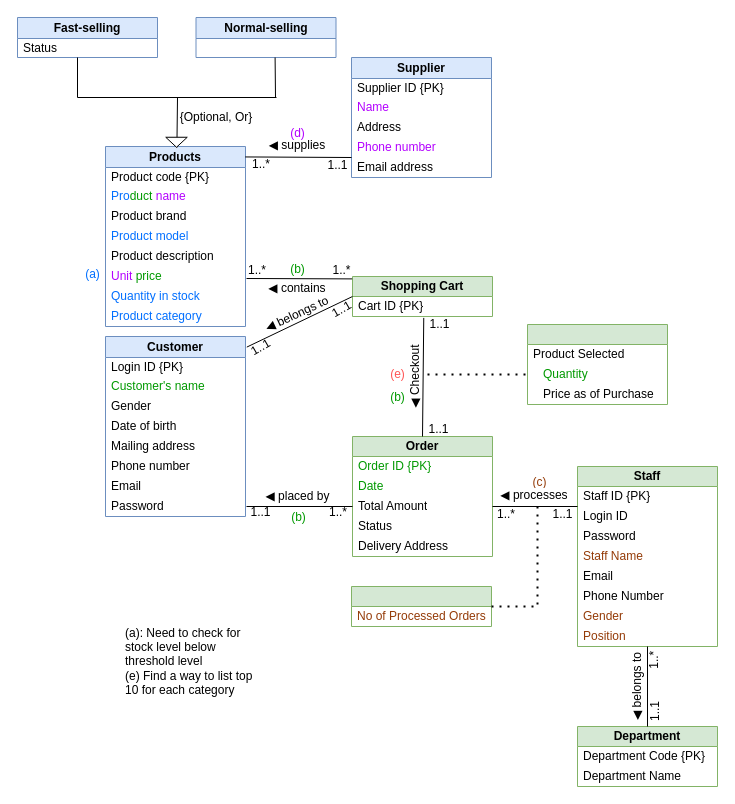
Above: Assignment_1.drawio in shadowngks/DBMS (draw.io), before the change. Source tidied: cells renumbered, new cells numbered last; positions are measured from the earlier drawing's top-left corner, leaving out a move shared by most shapes. Both pictures are drawn from the tidied source at 100%, with x=0, y=0 at pixel (17, 17).
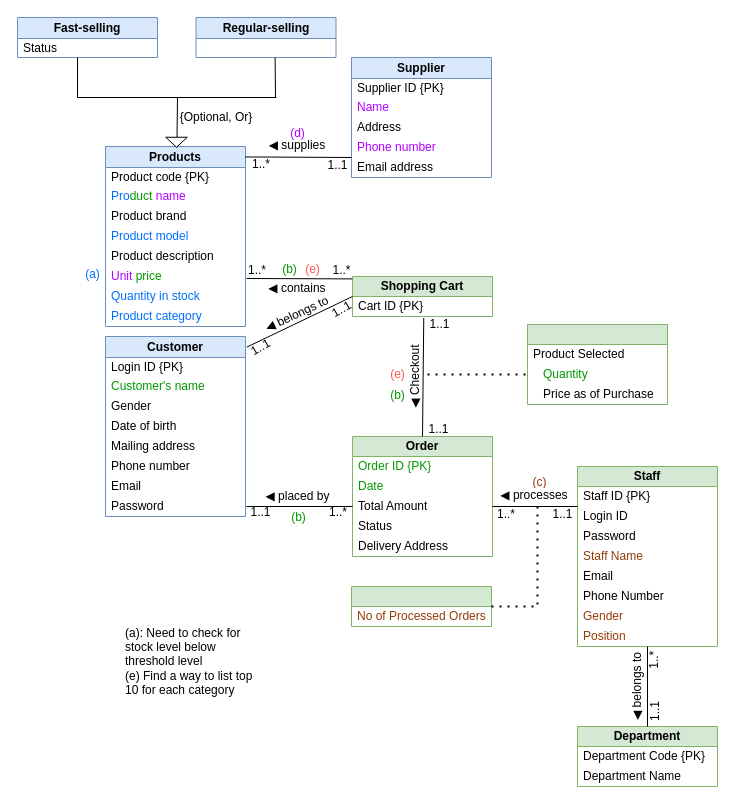
After the change.

Commit message:
More transactions added and attempted to fix

The edit, as a diff of the source:
```diff
@@
     <mxCell id="79" value="&lt;span style=&quot;font-family: sans-serif; font-size: 12.0191px; text-align: start; white-space: pre; background-color: rgb(255, 255, 255);&quot;&gt;&lt;font color=&quot;#009900&quot;&gt;(b)&lt;/font&gt;&lt;/span&gt;" style="text;html=1;align=center;verticalAlign=middle;whiteSpace=wrap;rounded=0;fontColor=#FF5454;" parent="1" vertex="1">
-      <mxGeometry x="368" y="372" width="25" height="15" as="geometry" />
+      <mxGeometry x="368" y="370" width="25" height="15" as="geometry" />
     </mxCell>
@@
-    <mxCell id="93" value="Normal-selling" style="swimlane;fontStyle=1;horizontal=1;startSize=21;whiteSpace=wrap;html=1;fillColor=#dae8fc;strokeColor=#6c8ebf;" parent="1" vertex="1">
+    <mxCell id="93" value="Regular-selling" style="swimlane;fontStyle=1;horizontal=1;startSize=21;whiteSpace=wrap;html=1;fillColor=#dae8fc;strokeColor=#6c8ebf;" parent="1" vertex="1">
       <mxGeometry x="178.5" width="140" height="40" as="geometry" />
     </mxCell>
@@
     <mxCell id="99" value="&lt;span style=&quot;font-family: sans-serif; font-size: 12.0191px; text-align: start; white-space: pre; background-color: rgb(255, 255, 255);&quot;&gt;&lt;font color=&quot;#009900&quot;&gt;(b)&lt;/font&gt;&lt;/span&gt;" style="text;html=1;align=center;verticalAlign=middle;whiteSpace=wrap;rounded=0;fontColor=#FF5454;" parent="1" vertex="1">
-      <mxGeometry x="267.5" y="244.2" width="25" height="15" as="geometry" />
+      <mxGeometry x="259.5" y="244.2" width="25" height="15" as="geometry" />
     </mxCell>
+    <mxCell id="100" value="&lt;span style=&quot;font-family: sans-serif; font-size: 12.0191px; text-align: start; white-space: pre; background-color: rgb(255, 255, 255);&quot;&gt;(e)&lt;/span&gt;" style="text;html=1;align=center;verticalAlign=middle;whiteSpace=wrap;rounded=0;fontColor=#FF5454;" parent="1" vertex="1">
+      <mxGeometry x="283" y="244.2" width="25" height="15" as="geometry" />
+    </mxCell>
```
